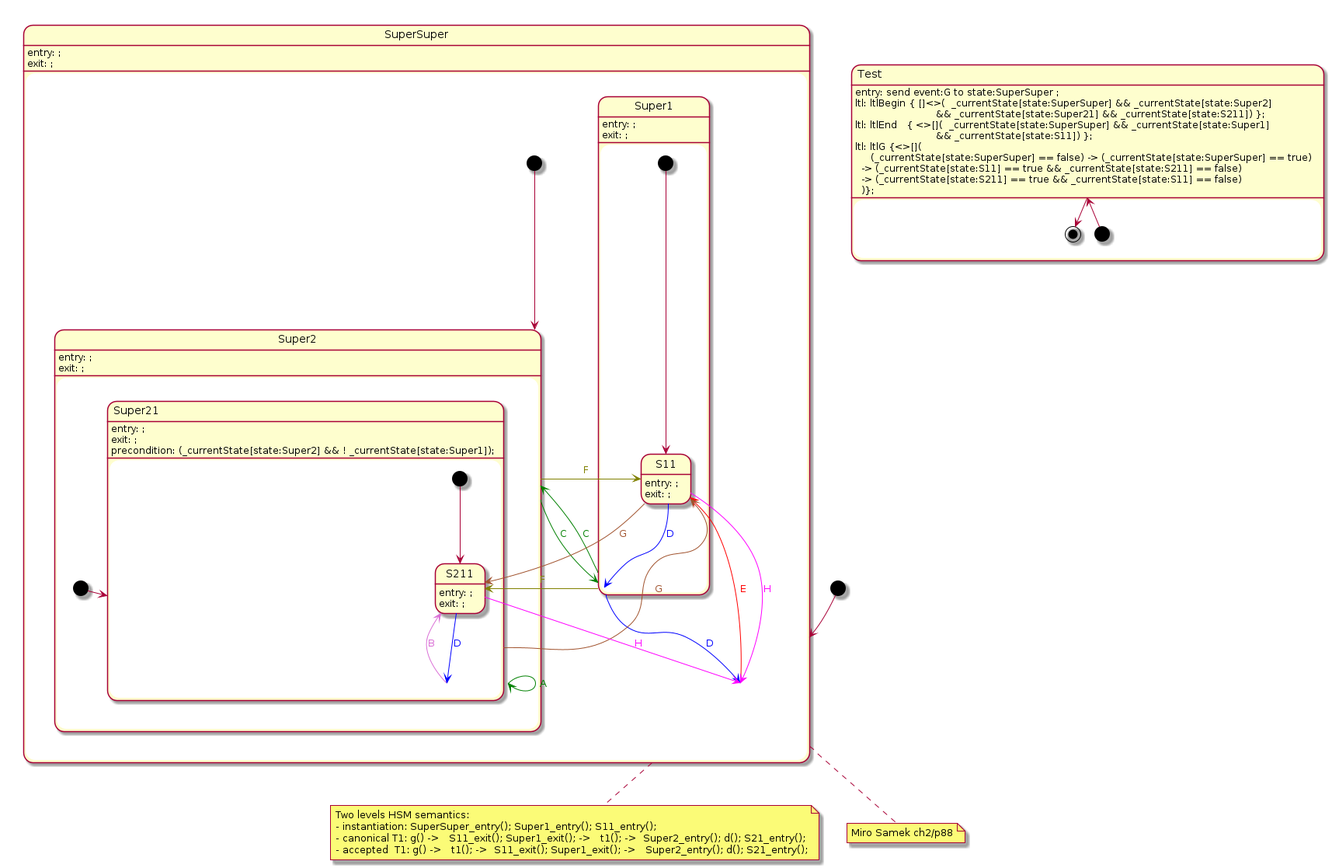
This is plantuml/hsm/hsm2.png from melintea/upml, a PlantUML export, as it was before one commit. Its source is kept beside it as plantuml/hsm/hsm2.plantuml.
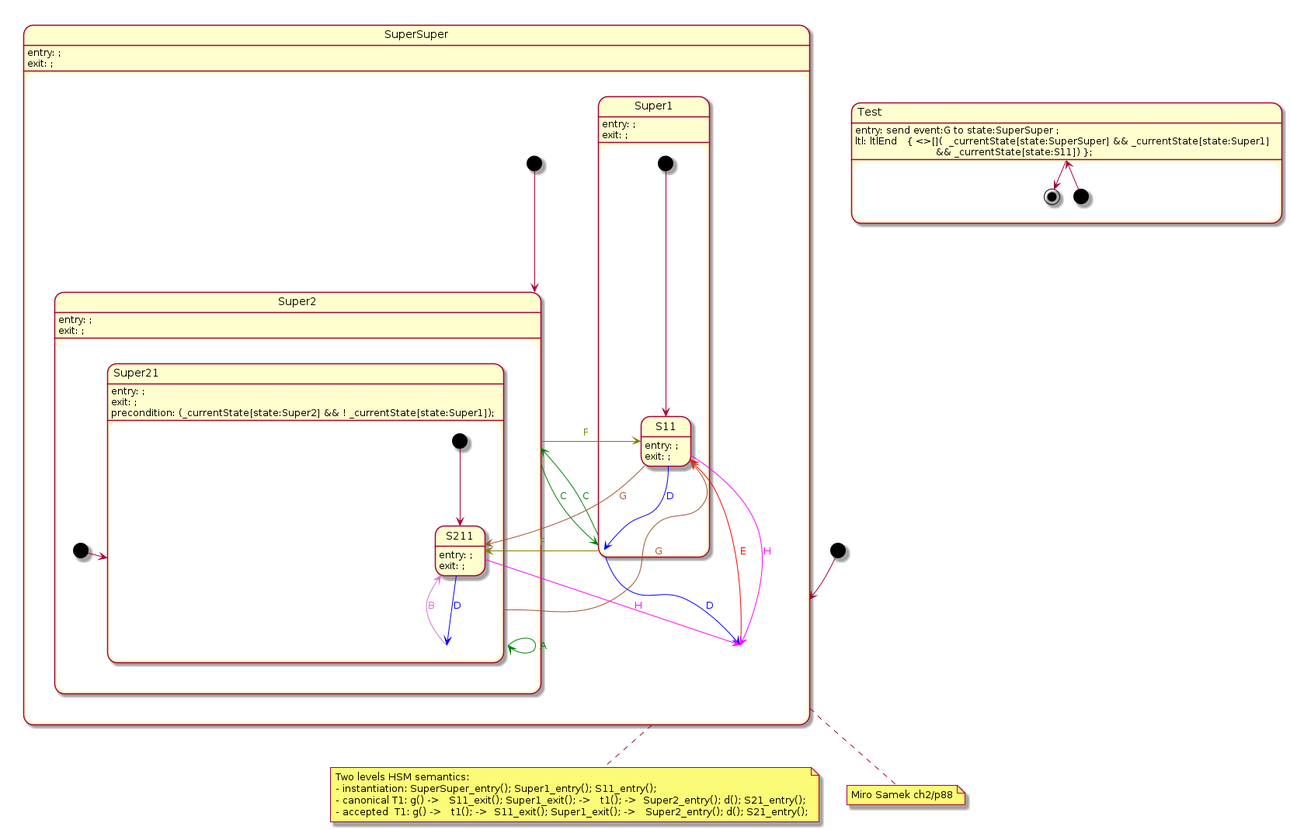
The same file after the commit.

The edit, as a diff of the source:
```diff
@@ -71,15 +71,8 @@
 [*] --> Test
 Test --> [*]
 Test: entry: send event:G to state:SuperSuper ;
-Test: ltl: ltlBegin { []<>(  _currentState[state:SuperSuper] && _currentState[state:Super2] \n\
-                          && _currentState[state:Super21] && _currentState[state:S211]) };
 Test: ltl: ltlEnd   { <>[](  _currentState[state:SuperSuper] && _currentState[state:Super1] \n\
                           && _currentState[state:S11]) };
-Test: ltl: ltlG {<>[]( \n\
-     (_currentState[state:SuperSuper] == false) -> (_currentState[state:SuperSuper] == true) \n\
-  -> (_currentState[state:S11] == true && _currentState[state:S211] == false) \n\
-  -> (_currentState[state:S211] == true && _currentState[state:S11] == false) \n\
-  )};
 }
 
 @enduml
```
